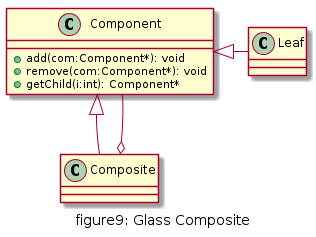
daileyet/designpattern4cplusplus keeps this PlantUML diagram as doc/img/figure9_composite_glass.png. Above is the earlier version.
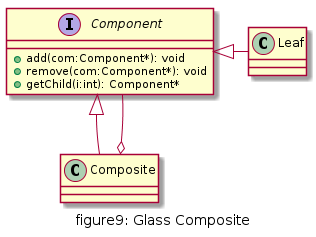
Later version of the same file.

What changed in the source:
```diff
@@ -1,7 +1,7 @@
 @startuml "figure9_composite_glass"
 caption figure9: Glass Composite
 
-class Component{
+interface Component{
     + add(com:Component*): void
     + remove(com:Component*): void
     + getChild(i:int): Component*
```
